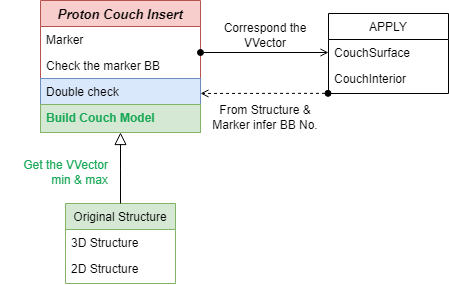
Above: process_CouchProton.drawio.png in eatingwu1009/CouchInsert (draw.io), before the change. Source tidied: cells renumbered, new cells last; positions are measured from the earlier drawing's top-left corner, leaving out a move shared by most shapes.
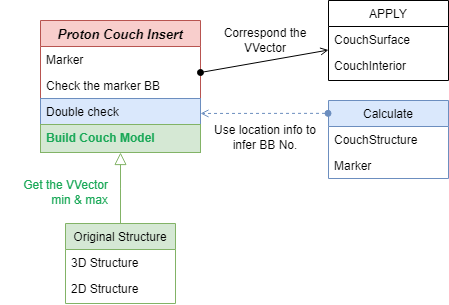
After the commit.

What changed in the source:
```diff
@@ -26,11 +26,11 @@
     <mxCell id="9" value="2D Structure" style="text;align=left;verticalAlign=top;spacingLeft=4;spacingRight=4;overflow=hidden;rounded=0;shadow=0;html=0;" parent="7" vertex="1">
       <mxGeometry y="52" width="110" height="26" as="geometry" />
     </mxCell>
-    <mxCell id="10" style="endArrow=block;endSize=10;endFill=0;shadow=0;strokeWidth=1;rounded=0;edgeStyle=elbowEdgeStyle;elbow=vertical;" parent="1" edge="1" source="7" target="2">
+    <mxCell id="10" style="endArrow=block;endSize=10;endFill=0;shadow=0;strokeWidth=1;rounded=0;edgeStyle=elbowEdgeStyle;elbow=vertical;fillColor=#d5e8d4;strokeColor=#82b366;" parent="1" edge="1" source="7" target="2">
       <mxGeometry relative="1" as="geometry" />
     </mxCell>
     <mxCell id="11" value="APPLY" style="swimlane;fontStyle=0;align=center;verticalAlign=top;horizontal=1;startSize=26;rounded=0;shadow=0;strokeWidth=1;" parent="1" vertex="1">
-      <mxGeometry x="328" y="13" width="120" height="80" as="geometry" />
+      <mxGeometry x="328" y="-20" width="120" height="80" as="geometry" />
     </mxCell>
     <mxCell id="12" value="CouchSurface" style="text;align=left;verticalAlign=top;spacingLeft=4;spacingRight=4;overflow=hidden;points=[[0,0.5],[1,0.5]];portConstraint=eastwest;" parent="11" vertex="1">
       <mxGeometry y="26" width="120" height="26" as="geometry" />
@@ -38,13 +38,9 @@
     <mxCell id="13" value="CouchInterior" style="text;align=left;verticalAlign=top;spacingLeft=4;spacingRight=4;overflow=hidden;" parent="11" vertex="1">
       <mxGeometry y="52" width="120" height="26" as="geometry" />
     </mxCell>
-    <mxCell id="14" style="endArrow=open;shadow=0;strokeWidth=1;rounded=0;endFill=1;edgeStyle=elbowEdgeStyle;elbow=vertical;startArrow=oval;startFill=1;" parent="1" edge="1">
+    <mxCell id="14" style="endArrow=open;shadow=0;strokeWidth=1;rounded=0;endFill=1;elbow=vertical;startArrow=oval;startFill=1;" parent="1" edge="1" target="12">
       <mxGeometry x="0.5" y="41" relative="1" as="geometry">
         <mxPoint x="200" y="52" as="sourcePoint" />
-        <mxPoint x="328" y="52" as="targetPoint" />
-        <Array as="points">
-          <mxPoint x="240" y="52" />
-        </Array>
         <mxPoint x="-40" y="32" as="offset" />
       </mxGeometry>
     </mxCell>
@@ -52,9 +48,21 @@
       <mxGeometry y="157" width="110" height="30" as="geometry" />
     </mxCell>
     <mxCell id="16" value="Correspond the VVector" style="text;strokeColor=none;align=center;fillColor=none;html=1;verticalAlign=middle;whiteSpace=wrap;rounded=0;" parent="1" vertex="1">
-      <mxGeometry x="210" y="20" width="110" height="30" as="geometry" />
+      <mxGeometry x="210" y="5" width="110" height="30" as="geometry" />
     </mxCell>
+    <mxCell id="18" value="&lt;font style=&quot;font-size: 11px;&quot;&gt;Use location info to infer BB No.&lt;/font&gt;" style="text;strokeColor=none;align=center;fillColor=none;html=1;verticalAlign=middle;whiteSpace=wrap;rounded=0;strokeWidth=0;fontSize=9;" parent="1" vertex="1">
+      <mxGeometry x="210" y="102" width="110" height="30" as="geometry" />
+    </mxCell>
+    <mxCell id="19" value="Calculate" style="swimlane;fontStyle=0;align=center;verticalAlign=top;horizontal=1;startSize=26;rounded=0;shadow=0;strokeWidth=1;fillColor=#dae8fc;strokeColor=#6c8ebf;" parent="1" vertex="1">
+      <mxGeometry x="328" y="80" width="120" height="78" as="geometry" />
+    </mxCell>
+    <mxCell id="20" value="CouchStructure" style="text;align=left;verticalAlign=top;spacingLeft=4;spacingRight=4;overflow=hidden;" parent="19" vertex="1">
+      <mxGeometry y="26" width="120" height="26" as="geometry" />
+    </mxCell>
+    <mxCell id="21" value="Marker" style="text;align=left;verticalAlign=top;spacingLeft=4;spacingRight=4;overflow=hidden;" parent="19" vertex="1">
+      <mxGeometry y="52" width="120" height="26" as="geometry" />
+    </mxCell>
-    <mxCell id="17" style="endArrow=open;shadow=0;strokeWidth=1;rounded=0;endFill=1;edgeStyle=elbowEdgeStyle;elbow=vertical;startArrow=oval;startFill=1;exitX=-0.004;exitY=0.802;exitDx=0;exitDy=0;exitPerimeter=0;dashed=1;" parent="1" edge="1">
+    <mxCell id="17" style="endArrow=open;shadow=0;strokeWidth=1;rounded=0;endFill=1;edgeStyle=elbowEdgeStyle;elbow=vertical;startArrow=oval;startFill=1;exitX=-0.004;exitY=0.802;exitDx=0;exitDy=0;exitPerimeter=0;dashed=1;horizontal=0;fillColor=#dae8fc;strokeColor=#6c8ebf;" parent="1" edge="1">
       <mxGeometry x="0.5" y="41" relative="1" as="geometry">
         <mxPoint x="327.5" y="92.9" as="sourcePoint" />
         <mxPoint x="200" y="92.9" as="targetPoint" />
@@ -64,8 +72,5 @@
         <mxPoint x="-40" y="32" as="offset" />
       </mxGeometry>
     </mxCell>
-    <mxCell id="18" value="&lt;font style=&quot;font-size: 11px;&quot;&gt;From Structure &amp;amp; Marker infer BB No.&lt;/font&gt;" style="text;strokeColor=none;align=center;fillColor=none;html=1;verticalAlign=middle;whiteSpace=wrap;rounded=0;strokeWidth=0;fontSize=9;" parent="1" vertex="1">
-      <mxGeometry x="210" y="102" width="110" height="30" as="geometry" />
-    </mxCell>
   </root>
 </mxGraphModel>
```
